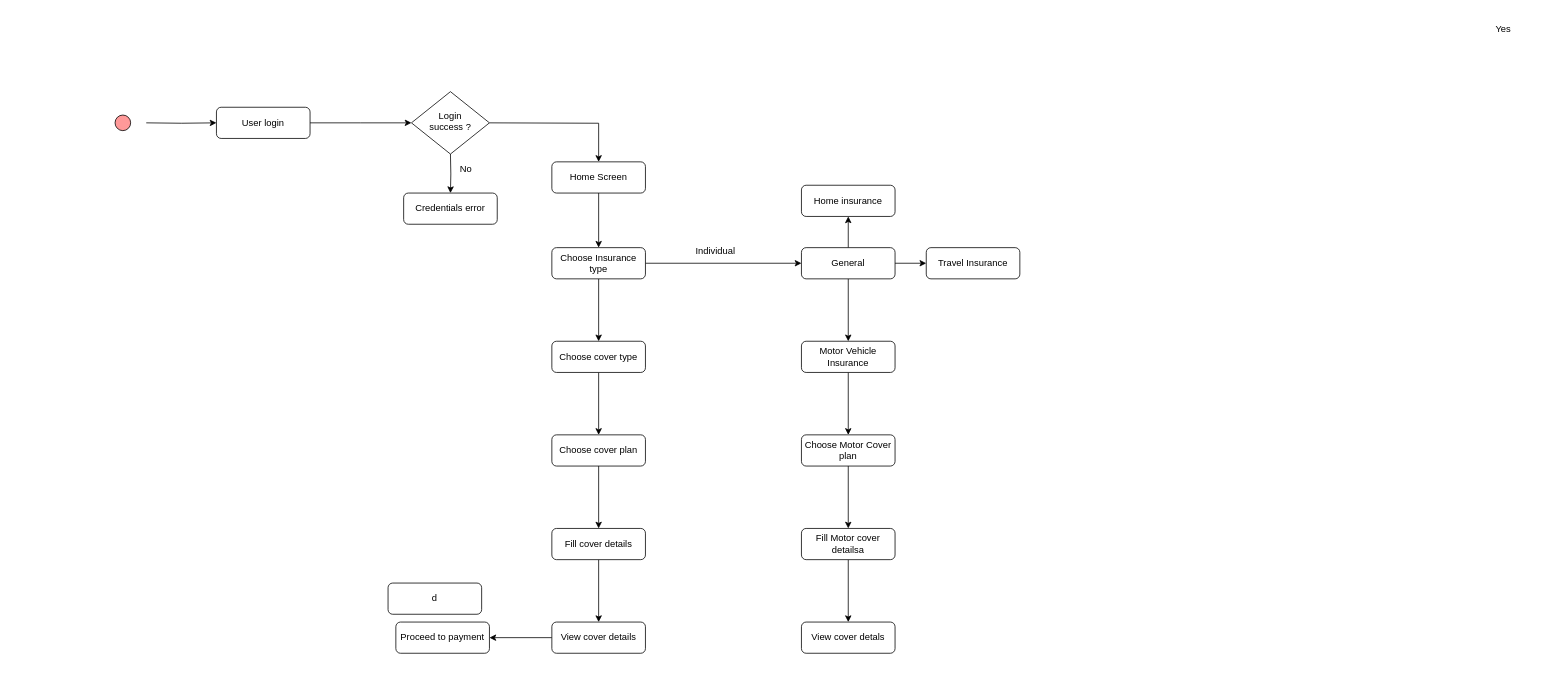
This is Untitled Diagram.drawio from remigius974/FlutterApps, a draw.io file, before an edit. Source tidied: cells renumbered, new cells numbered last; positions are measured from the earlier drawing's top-left corner, leaving out a move shared by most shapes. Both pictures are drawn from the tidied source at 78%, with x=0, y=0 at pixel (115, 13).
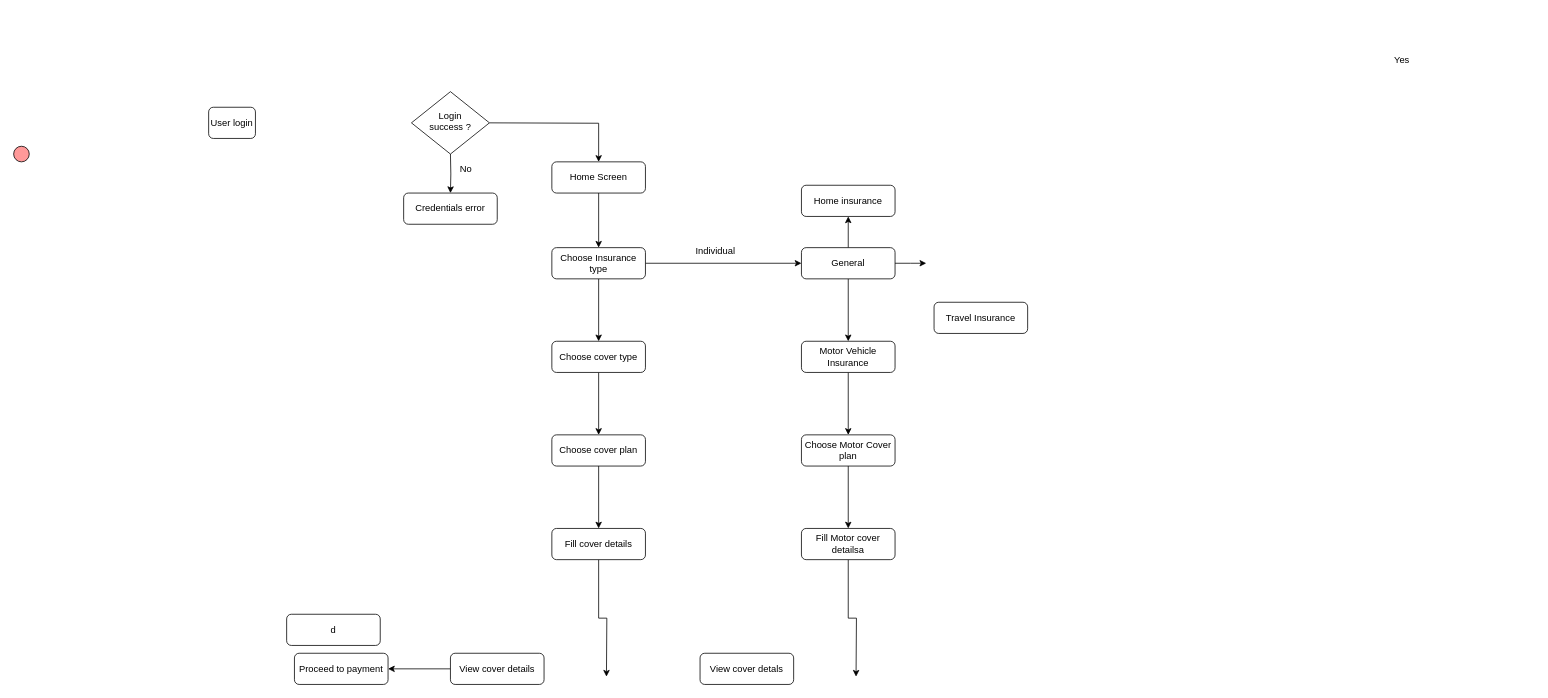
The same page after the edit.

The change refers to these unchanged cells:
```xml
<mxCell id="6" value="Fill cover details" style="rounded=1;whiteSpace=wrap;html=1;fontSize=12;glass=0;strokeWidth=1;shadow=0;" parent="1" vertex="1">
  <mxGeometry x="560" y="660" width="120" height="40" as="geometry" />
</mxCell>
<mxCell id="29" value="Fill Motor cover detailsa" style="rounded=1;whiteSpace=wrap;html=1;fontSize=12;glass=0;strokeWidth=1;shadow=0;" parent="1" vertex="1">
  <mxGeometry x="880" y="660" width="120" height="40" as="geometry" />
</mxCell>
<mxCell id="39" value="General" style="rounded=1;whiteSpace=wrap;html=1;fontSize=12;glass=0;strokeWidth=1;shadow=0;" parent="1" vertex="1">
  <mxGeometry x="880" y="300" width="120" height="40" as="geometry" />
</mxCell>
```

What changed in the source:
```diff
@@
-<mxGraphModel>
+<mxGraphModel background="#FFFFFF">
@@
-    <mxCell id="2" style="edgeStyle=orthogonalEdgeStyle;rounded=0;jettySize=auto;html=1;entryX=0;entryY=0.5;entryDx=0;entryDy=0;" parent="1" edge="1" source="3">
-      <mxGeometry relative="1" as="geometry">
-        <mxPoint x="380" y="140" as="targetPoint" />
-      </mxGeometry>
-    </mxCell>
     <mxCell id="3" value="User login" style="rounded=1;whiteSpace=wrap;html=1;fontSize=12;glass=0;strokeWidth=1;shadow=0;" parent="1" vertex="1">
-      <mxGeometry x="130" y="120" width="120" height="40" as="geometry" />
+      <mxGeometry x="120" y="120" width="60" height="40" as="geometry" />
     </mxCell>
@@
-    <mxCell id="5" style="edgeStyle=orthogonalEdgeStyle;rounded=0;jettySize=auto;html=1;" parent="1" edge="1" source="6" target="24">
-      <mxGeometry relative="1" as="geometry" />
+    <mxCell id="5" style="edgeStyle=orthogonalEdgeStyle;rounded=0;jettySize=auto;html=1;" parent="1" edge="1" source="6">
+      <mxGeometry relative="1" as="geometry">
+        <mxPoint x="630" y="850" as="targetPoint" />
+      </mxGeometry>
     </mxCell>
@@
-    <mxCell id="7" style="edgeStyle=orthogonalEdgeStyle;rounded=0;jettySize=auto;html=1;" parent="1" edge="1" target="3">
-      <mxGeometry relative="1" as="geometry">
-        <mxPoint x="40" y="140" as="sourcePoint" />
-      </mxGeometry>
-    </mxCell>
     <mxCell id="8" style="ellipse;whiteSpace=wrap;html=1;fillColor=#FF9999;" parent="1" vertex="1">
-      <mxGeometry y="130" width="20" height="20" as="geometry" />
+      <mxGeometry x="-130" y="170" width="20" height="20" as="geometry" />
     </mxCell>
@@
     <mxCell id="14" value="Yes" style="text;strokeColor=none;align=center;fillColor=none;html=1;verticalAlign=middle;whiteSpace=wrap;rounded=0;" parent="1" vertex="1">
-      <mxGeometry x="1740" width="80" height="40" as="geometry" />
+      <mxGeometry x="1610" y="40" width="80" height="40" as="geometry" />
     </mxCell>
@@
     <mxCell id="24" value="View cover details" style="rounded=1;whiteSpace=wrap;html=1;fontSize=12;glass=0;strokeWidth=1;shadow=0;" parent="1" vertex="1">
-      <mxGeometry x="560" y="780" width="120" height="40" as="geometry" />
+      <mxGeometry x="430" y="820" width="120" height="40" as="geometry" />
     </mxCell>
     <mxCell id="25" value="Proceed to payment" style="rounded=1;whiteSpace=wrap;html=1;fontSize=12;glass=0;strokeWidth=1;shadow=0;" parent="1" vertex="1">
-      <mxGeometry x="360" y="780" width="120" height="40" as="geometry" />
+      <mxGeometry x="230" y="820" width="120" height="40" as="geometry" />
     </mxCell>
     <mxCell id="26" value="d" style="rounded=1;whiteSpace=wrap;html=1;fontSize=12;glass=0;strokeWidth=1;shadow=0;" parent="1" vertex="1">
-      <mxGeometry x="350" y="730" width="120" height="40" as="geometry" />
+      <mxGeometry x="220" y="770" width="120" height="40" as="geometry" />
     </mxCell>
     <mxCell id="27" value="View cover detals" style="rounded=1;whiteSpace=wrap;html=1;fontSize=12;glass=0;strokeWidth=1;shadow=0;" parent="1" vertex="1">
-      <mxGeometry x="880" y="780" width="120" height="40" as="geometry" />
+      <mxGeometry x="750" y="820" width="120" height="40" as="geometry" />
     </mxCell>
-    <mxCell id="28" style="edgeStyle=orthogonalEdgeStyle;rounded=0;jettySize=auto;html=1;" parent="1" edge="1" source="29" target="27">
-      <mxGeometry relative="1" as="geometry" />
+    <mxCell id="28" style="edgeStyle=orthogonalEdgeStyle;rounded=0;jettySize=auto;html=1;" parent="1" edge="1" source="29">
+      <mxGeometry relative="1" as="geometry">
+        <mxPoint x="950" y="850" as="targetPoint" />
+      </mxGeometry>
     </mxCell>
@@
     <mxCell id="34" value="Travel Insurance" style="rounded=1;whiteSpace=wrap;html=1;fontSize=12;glass=0;strokeWidth=1;shadow=0;" parent="1" vertex="1">
-      <mxGeometry x="1040" y="300" width="120" height="40" as="geometry" />
+      <mxGeometry x="1050" y="370" width="120" height="40" as="geometry" />
     </mxCell>
@@
-    <mxCell id="37" style="edgeStyle=orthogonalEdgeStyle;rounded=0;jettySize=auto;html=1;" parent="1" edge="1" source="39" target="34">
-      <mxGeometry relative="1" as="geometry" />
+    <mxCell id="37" style="edgeStyle=orthogonalEdgeStyle;rounded=0;jettySize=auto;html=1;" parent="1" edge="1" source="39">
+      <mxGeometry relative="1" as="geometry">
+        <mxPoint x="1040" y="320" as="targetPoint" />
+      </mxGeometry>
     </mxCell>
```
